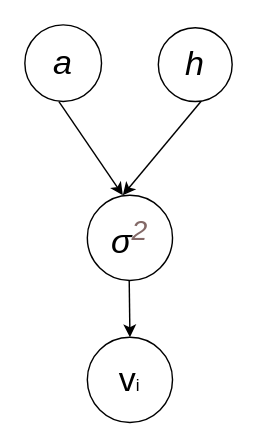
Before: 未命名绘图.drawio in luoluo19550418/drawio, a draw.io diagram. Source tidied: cells renumbered, new cells numbered last; positions are measured from the earlier drawing's top-left corner, leaving out a move shared by most shapes. Both pictures are drawn from the tidied source at 142%, with x=0, y=0 at pixel (24, 24).
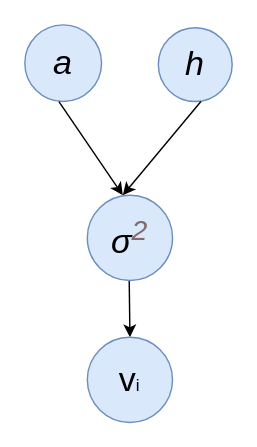
After the change.

Commit message (it also covers changes not shown here):
更新未命名绘图.drawio

The edit, as a diff of the source:
```diff
@@
 <mxGraphModel>
   <root>
     <mxCell id="0" />
     <mxCell id="1" parent="0" />
-    <mxCell id="2" value="&lt;font style=&quot;font-size: 24px;&quot;&gt;&lt;i&gt;a&lt;/i&gt;&lt;/font&gt;" style="ellipse;whiteSpace=wrap;html=1;" parent="1" vertex="1">
+    <mxCell id="2" value="&lt;font style=&quot;font-size: 24px;&quot;&gt;&lt;i&gt;a&lt;/i&gt;&lt;/font&gt;" style="ellipse;whiteSpace=wrap;html=1;fillColor=#dae8fc;strokeColor=#6c8ebf;" parent="1" vertex="1">
       <mxGeometry width="54" height="54" as="geometry" />
     </mxCell>
-    <mxCell id="3" value="&lt;font style=&quot;font-size: 24px;&quot;&gt;&lt;i&gt;h&lt;/i&gt;&lt;/font&gt;" style="ellipse;whiteSpace=wrap;html=1;" parent="1" vertex="1">
+    <mxCell id="3" value="&lt;font style=&quot;font-size: 24px;&quot;&gt;&lt;i&gt;h&lt;/i&gt;&lt;/font&gt;" style="ellipse;whiteSpace=wrap;html=1;fillColor=#dae8fc;strokeColor=#6c8ebf;" parent="1" vertex="1">
       <mxGeometry x="94" y="2" width="52" height="52" as="geometry" />
     </mxCell>
     <mxCell id="4" style="endArrow=classic;html=1;rounded=0;entryX=0.5;entryY=0;entryDx=0;entryDy=0;" parent="1" edge="1">
       <mxGeometry relative="1" as="geometry">
         <mxPoint x="24" y="54" as="sourcePoint" />
         <mxPoint x="69" y="120" as="targetPoint" />
       </mxGeometry>
     </mxCell>
     <mxCell id="5" style="endArrow=classic;html=1;rounded=0;entryX=0.5;entryY=0;entryDx=0;entryDy=0;" parent="1" edge="1">
       <mxGeometry relative="1" as="geometry">
         <mxPoint x="124" y="54" as="sourcePoint" />
         <mxPoint x="69" y="120" as="targetPoint" />
       </mxGeometry>
     </mxCell>
     <mxCell id="6" style="endArrow=classic;html=1;rounded=0;" parent="1" edge="1">
       <mxGeometry relative="1" as="geometry">
         <mxPoint x="73.5" y="180" as="sourcePoint" />
         <mxPoint x="74" y="220" as="targetPoint" />
       </mxGeometry>
     </mxCell>
-    <mxCell id="7" value="&lt;font&gt;&lt;span style=&quot;font-size: 24px;&quot;&gt;v&lt;/span&gt;&lt;/font&gt;i" style="ellipse;whiteSpace=wrap;html=1;" parent="1" vertex="1">
+    <mxCell id="7" value="&lt;font&gt;&lt;span style=&quot;font-size: 24px;&quot;&gt;v&lt;/span&gt;&lt;/font&gt;i" style="ellipse;whiteSpace=wrap;html=1;fillColor=#dae8fc;strokeColor=#6c8ebf;" parent="1" vertex="1">
       <mxGeometry x="44" y="220" width="60" height="60" as="geometry" />
     </mxCell>
-    <mxCell id="8" value="&lt;font style=&quot;font-size: 24px;&quot;&gt;&lt;i&gt;σ&lt;font style=&quot;border-color: var(--border-color);&quot; face=&quot;Cambria Math&quot; color=&quot;#836967&quot;&gt;&lt;sup style=&quot;border-color: var(--border-color);&quot;&gt;2&lt;/sup&gt;&lt;/font&gt;&lt;/i&gt;&lt;/font&gt;" style="ellipse;whiteSpace=wrap;html=1;" parent="1" vertex="1">
+    <mxCell id="8" value="&lt;font style=&quot;font-size: 24px;&quot;&gt;&lt;i&gt;σ&lt;font style=&quot;border-color: var(--border-color);&quot; face=&quot;Cambria Math&quot; color=&quot;#836967&quot;&gt;&lt;sup style=&quot;border-color: var(--border-color);&quot;&gt;2&lt;/sup&gt;&lt;/font&gt;&lt;/i&gt;&lt;/font&gt;" style="ellipse;whiteSpace=wrap;html=1;fillColor=#dae8fc;strokeColor=#6c8ebf;" parent="1" vertex="1">
       <mxGeometry x="44" y="120" width="60" height="60" as="geometry" />
     </mxCell>
   </root>
 </mxGraphModel>
```
